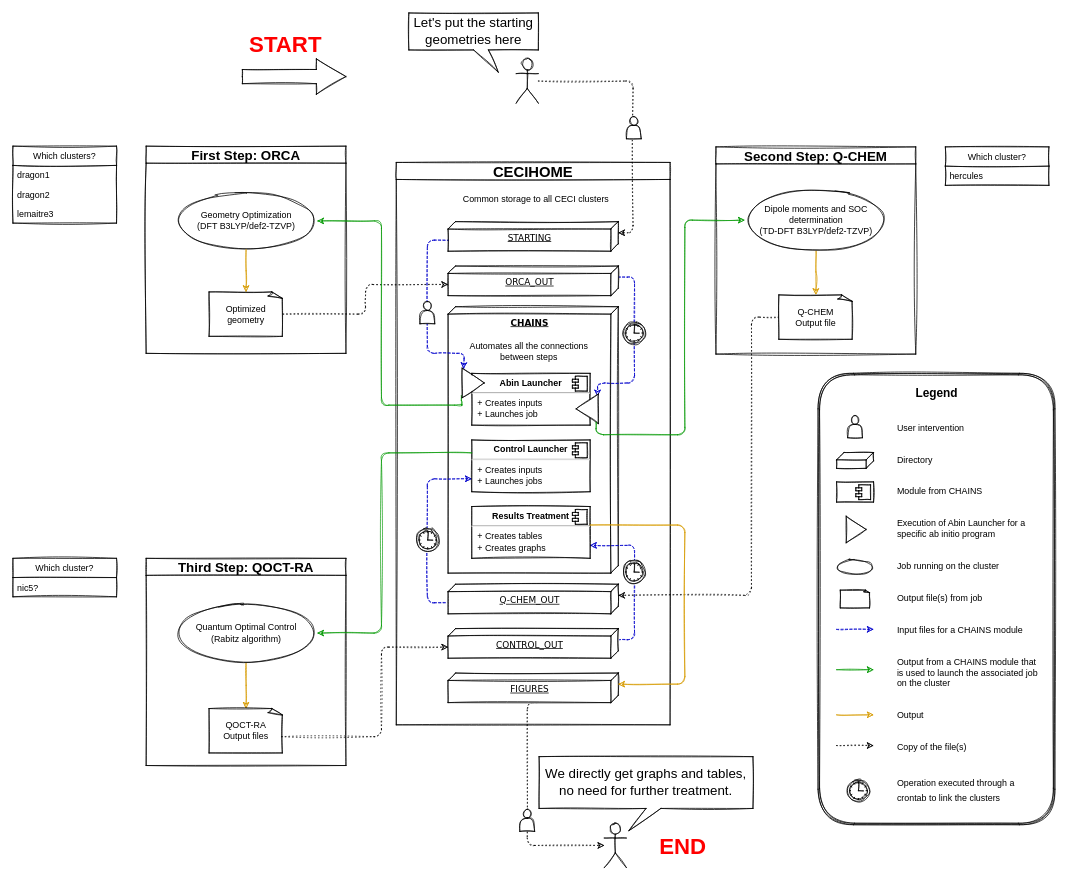
Before: Documentation/chains_workflow.drawio in hexosphere/qc-pipeline, a draw.io diagram. Source tidied: cells renumbered, new cells numbered last; positions are measured from the earlier drawing's top-left corner, leaving out a move shared by most shapes. Both pictures are drawn from the tidied source at 74%, with x=0, y=0 at pixel (13, 13).
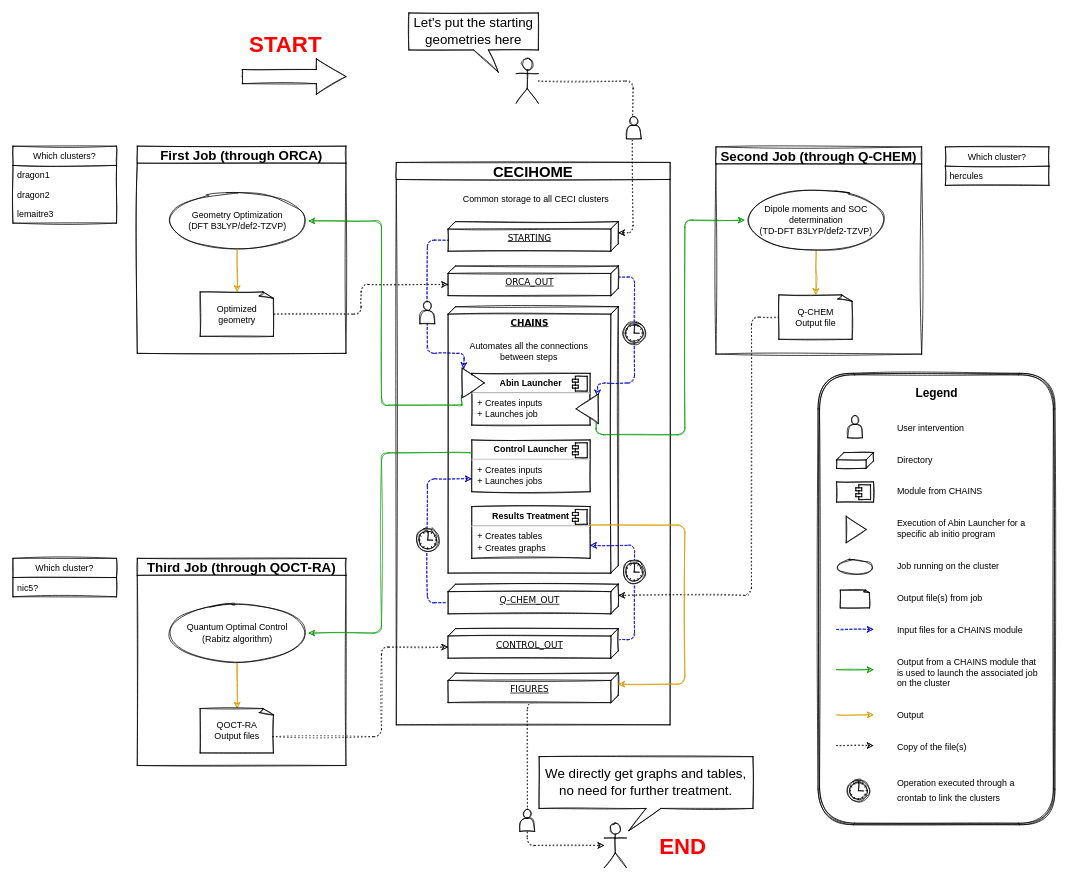
After the change.

Diff of the diagram source:
```diff
@@
-    <mxCell id="26" value="First Step: ORCA" style="swimlane;fontSize=18;sketch=1;" parent="1" vertex="1">
-      <mxGeometry x="180" y="180" width="270" height="280" as="geometry" />
+    <mxCell id="26" value="First Job (through ORCA)" style="swimlane;fontSize=18;sketch=1;" parent="1" vertex="1">
+      <mxGeometry x="168" y="180" width="282" height="280" as="geometry" />
     </mxCell>
@@
-    <mxCell id="32" value="Third Step: QOCT-RA" style="swimlane;fontSize=18;sketch=1;" parent="1" vertex="1">
-      <mxGeometry x="180" y="737" width="270" height="280" as="geometry" />
+    <mxCell id="32" value="Third Job (through  QOCT-RA)" style="swimlane;fontSize=18;sketch=1;" parent="1" vertex="1">
+      <mxGeometry x="168" y="737" width="282" height="280" as="geometry" />
     </mxCell>
@@
-    <mxCell id="37" value="Second Step: Q-CHEM" style="swimlane;fontSize=18;sketch=1;" parent="1" vertex="1">
-      <mxGeometry x="950" y="181" width="270" height="280" as="geometry" />
+    <mxCell id="37" value="Second Job (through  Q-CHEM)" style="swimlane;fontSize=18;sketch=1;" parent="1" vertex="1">
+      <mxGeometry x="950" y="181" width="278" height="280" as="geometry" />
     </mxCell>
```
